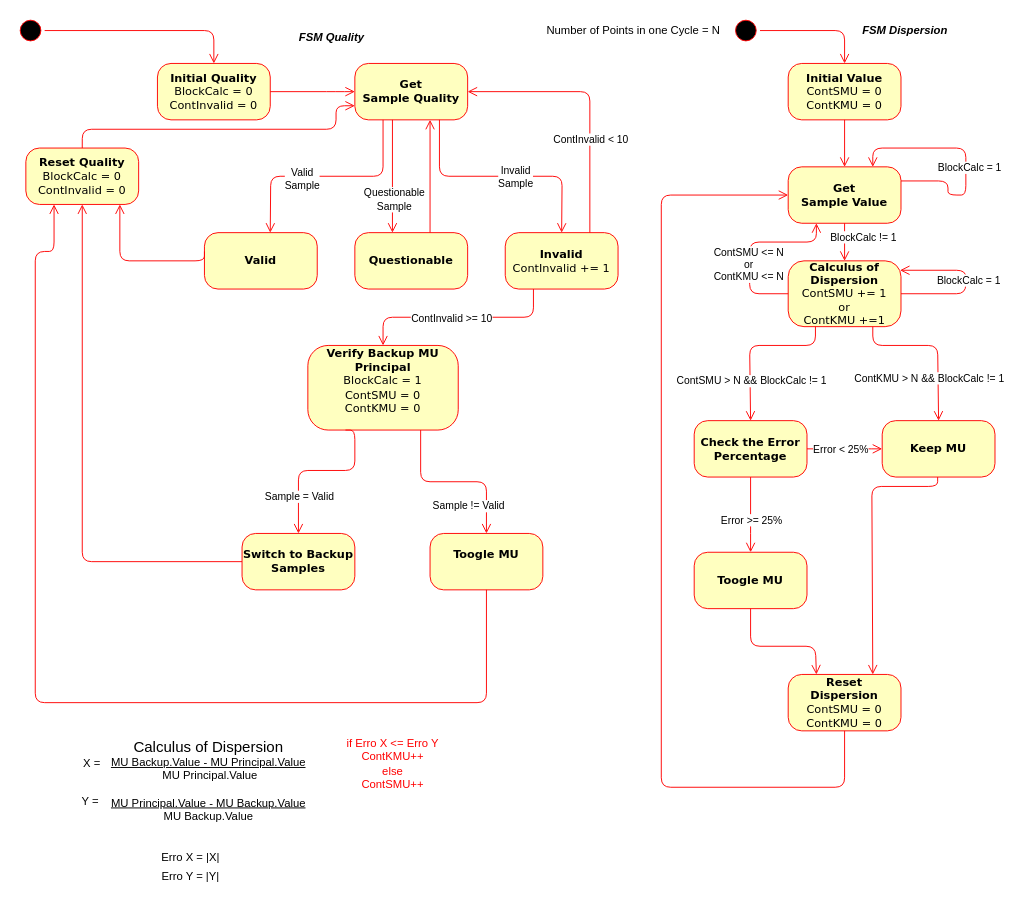
Above: state_machine_tese.drawio in everton-oriente/IEC61850_9_2_SV (draw.io), before the change. Source tidied: cells renumbered, new cells numbered last; positions are measured from the earlier drawing's top-left corner, leaving out a move shared by most shapes. Both pictures are drawn from the tidied source at 94%, with x=0, y=0 at pixel (16, 16).
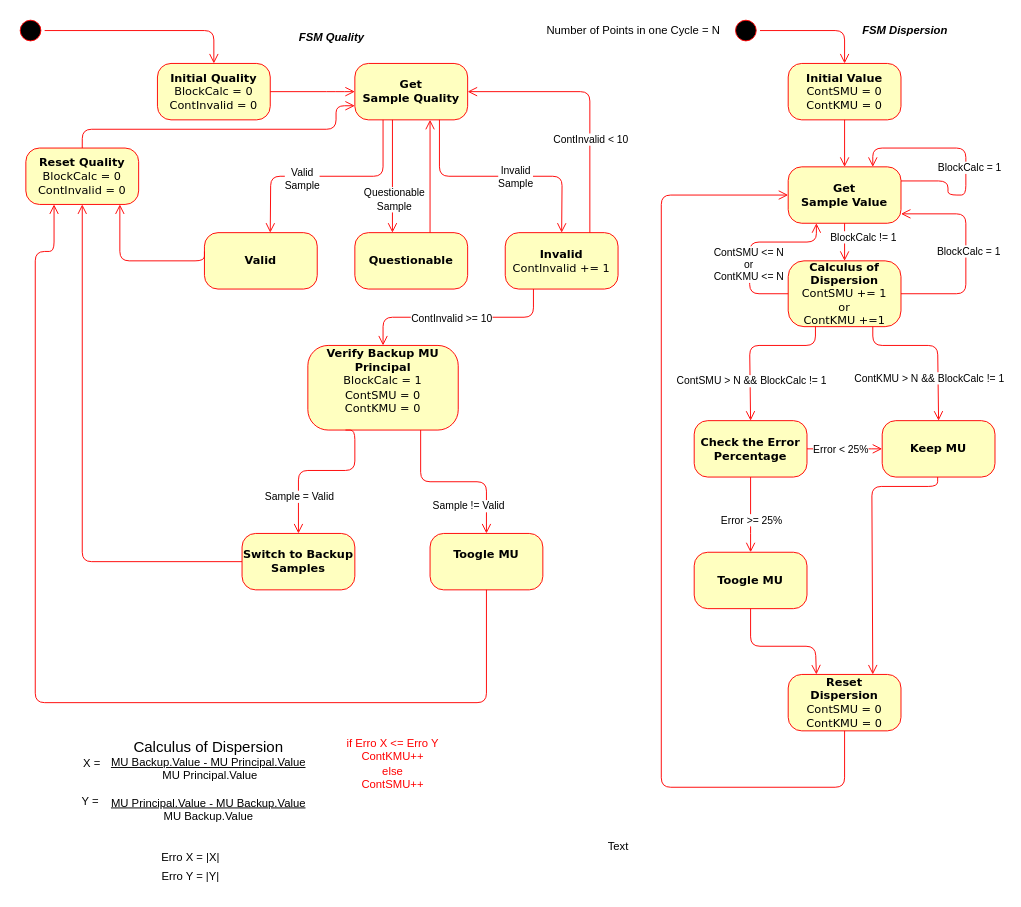
After the change.

Commit message (it also covers changes not shown here):
Update final FSM and updates in State Machine Draw

The change refers to these unchanged cells:
```xml
<mxCell id="38" value="&lt;b&gt;Calculus of Dispersion&lt;/b&gt;&lt;br&gt;ContSMU += 1&lt;br&gt;or&lt;br&gt;ContKMU +=1" style="rounded=1;whiteSpace=wrap;html=1;arcSize=24;fillColor=#ffffc0;strokeColor=#ff0000;shadow=0;comic=0;labelBackgroundColor=none;fontFamily=Verdana;fontSize=12;fontColor=#000000;align=center;" parent="1" vertex="1">
  <mxGeometry x="821" y="260" width="120" height="70" as="geometry" />
</mxCell>
```

Diff of the diagram source:
```diff
@@
     <mxCell id="67" style="edgeStyle=orthogonalEdgeStyle;html=1;exitX=1;exitY=0.5;labelBackgroundColor=none;endArrow=open;endSize=8;strokeColor=#ff0000;fontFamily=Verdana;fontSize=12;align=left;exitDx=0;exitDy=0;" parent="1" edge="1" source="38">
       <mxGeometry relative="1" as="geometry">
-        <mxPoint x="940" y="270" as="targetPoint" />
+        <mxPoint x="941" y="210" as="targetPoint" />
         <Array as="points">
           <mxPoint x="1010" y="295" />
-          <mxPoint x="1010" y="270" />
-          <mxPoint x="941" y="270" />
+          <mxPoint x="1010" y="210" />
+          <mxPoint x="941" y="210" />
         </Array>
       </mxGeometry>
     </mxCell>
@@
+    <mxCell id="73" value="Text" style="text;html=1;align=center;verticalAlign=middle;strokeColor=none;fillColor=none;" parent="1" vertex="1">
+      <mxGeometry x="615" y="868" width="50" height="30" as="geometry" />
+    </mxCell>
```
